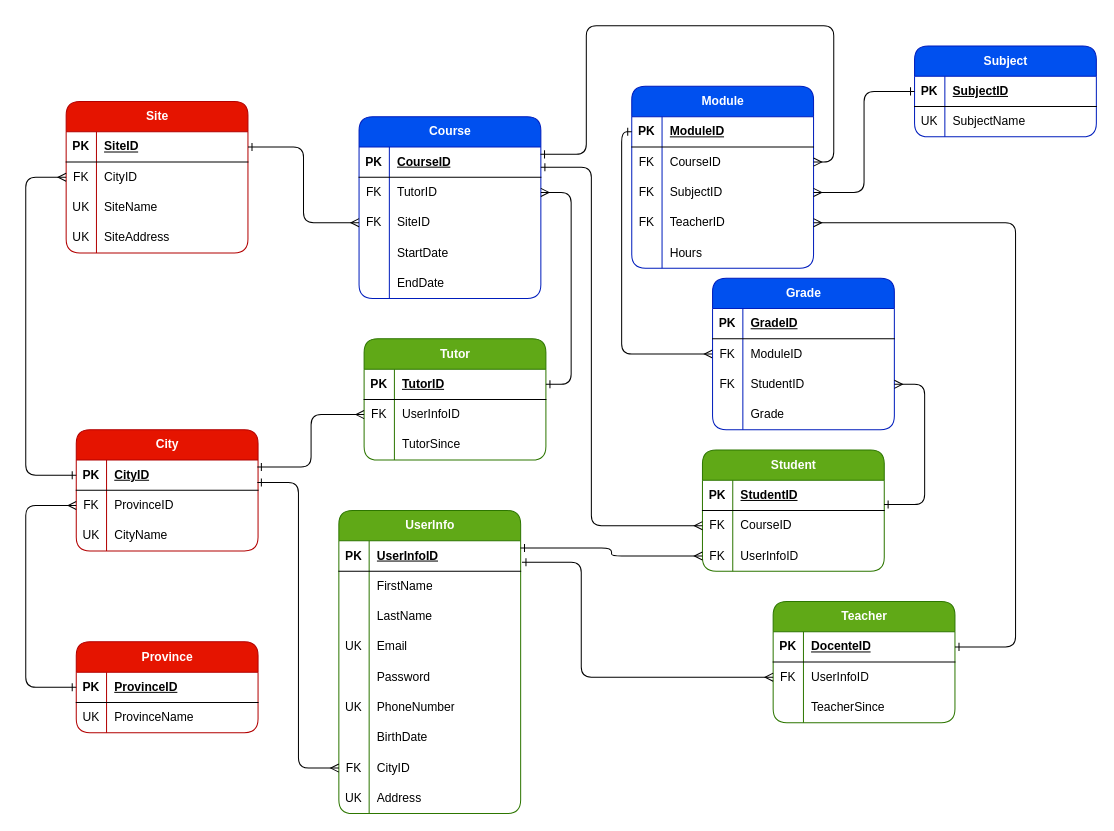
The draw.io diagram diagrammaER.dio in gyowyx96/ProgettoDatabaseAcademy, before the edit. Source tidied: cells renumbered, new cells numbered last; positions are measured from the earlier drawing's top-left corner, leaving out a move shared by most shapes. Both pictures are drawn from the tidied source at 101%, with x=0, y=0 at pixel (25, 25).
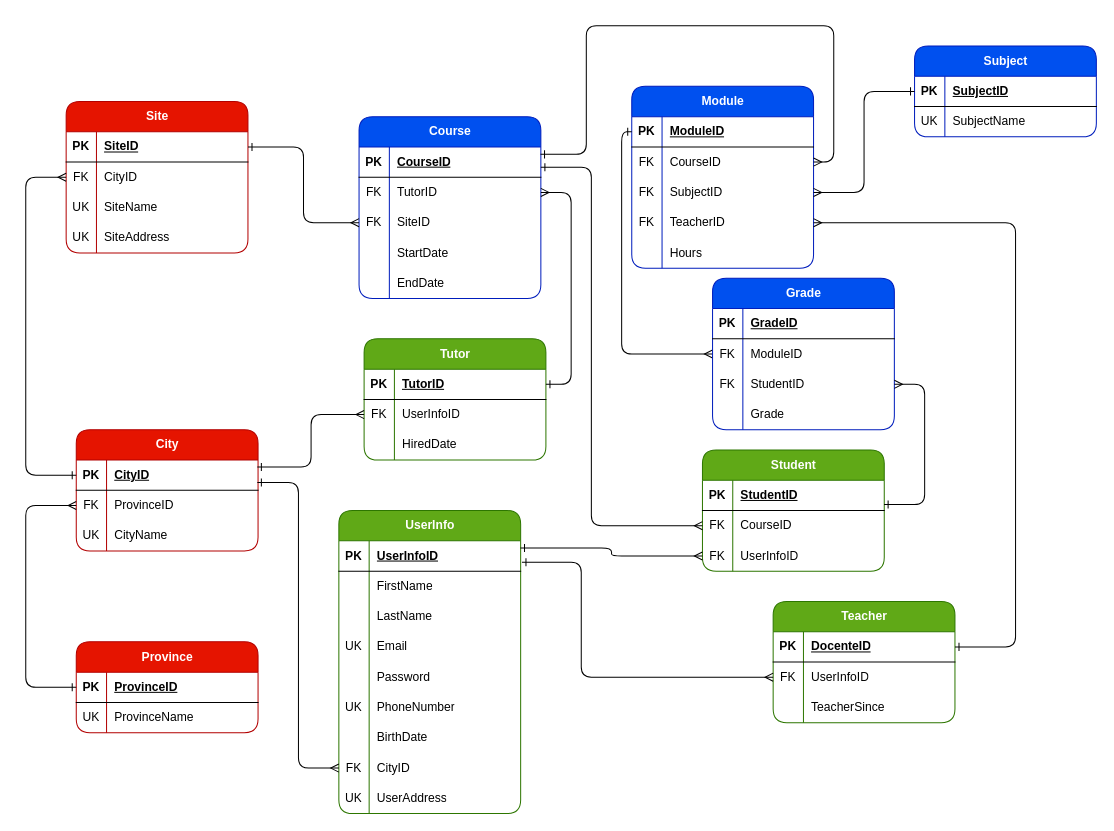
The same page after the edit.

Commit message:
Adjust ER diagram to better explain DLL file

Unchanged cells that the change refers to:
```xml
<mxCell id="19" style="shape=tableRow;horizontal=0;startSize=0;swimlaneHead=0;swimlaneBody=0;fillColor=none;top=0;left=0;right=0;bottom=0;" parent="12" vertex="1">
  <mxGeometry y="90" width="180" height="30" as="geometry" />
</mxCell>
<mxCell id="109" style="shape=tableRow;horizontal=0;startSize=0;swimlaneHead=0;swimlaneBody=0;fillColor=none;top=0;left=0;right=0;bottom=0;" parent="84" vertex="1">
  <mxGeometry y="270" width="180" height="30" as="geometry" />
</mxCell>
```

Change to the diagram source:
```diff
@@
-    <mxCell id="21" value="TutorSince" style="shape=partialRectangle;fillColor=none;top=0;left=0;bottom=0;right=0;align=left;spacingLeft=6;overflow=hidden;whiteSpace=wrap;html=1;" parent="19" vertex="1">
+    <mxCell id="21" value="HiredDate" style="shape=partialRectangle;fillColor=none;top=0;left=0;bottom=0;right=0;align=left;spacingLeft=6;overflow=hidden;whiteSpace=wrap;html=1;" parent="19" vertex="1">
       <mxGeometry x="30" width="150" height="30" as="geometry" />
     </mxCell>
@@
-    <mxCell id="111" value="Address" style="shape=partialRectangle;fillColor=none;top=0;left=0;bottom=0;right=0;align=left;spacingLeft=6;overflow=hidden;whiteSpace=wrap;html=1;" parent="109" vertex="1">
+    <mxCell id="111" value="UserAddress" style="shape=partialRectangle;fillColor=none;top=0;left=0;bottom=0;right=0;align=left;spacingLeft=6;overflow=hidden;whiteSpace=wrap;html=1;" parent="109" vertex="1">
       <mxGeometry x="30" width="150" height="30" as="geometry" />
     </mxCell>
```
